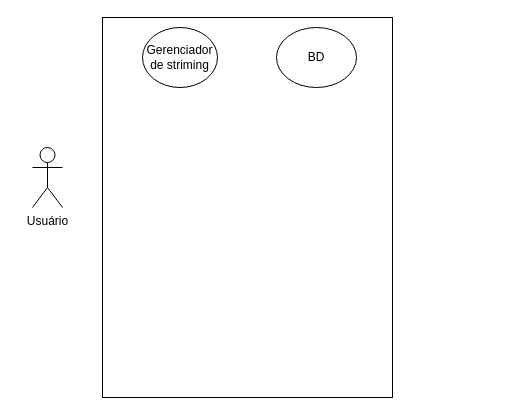
This is Diagrama sem nome.drawio from devleocruz/Engenharia-de-Software, a draw.io file, before an edit. Source tidied: cells renumbered, new cells numbered last; positions are measured from the earlier drawing's top-left corner, leaving out a move shared by most shapes. Both pictures are drawn from the tidied source at 100%, with x=0, y=0 at pixel (32, 17).
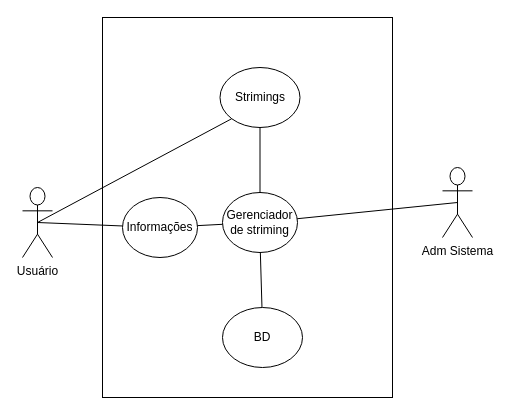
The same diagram, later.

Change to the diagram source:
```diff
@@
 <mxGraphModel>
   <root>
     <mxCell id="0" />
     <mxCell id="1" parent="0" />
     <mxCell id="2" style="whiteSpace=wrap;html=1;" parent="1" vertex="1">
       <mxGeometry x="70" width="290" height="380" as="geometry" />
     </mxCell>
     <mxCell id="3" value="Usuário" style="shape=umlActor;verticalLabelPosition=bottom;verticalAlign=top;html=1;outlineConnect=0;" parent="1" vertex="1">
-      <mxGeometry y="130" width="30" height="60" as="geometry" />
+      <mxGeometry x="-10" y="170" width="30" height="70" as="geometry" />
     </mxCell>
     <mxCell id="4" value="Gerenciador de striming" style="ellipse;whiteSpace=wrap;html=1;" parent="1" vertex="1">
-      <mxGeometry x="110" y="10" width="75" height="60" as="geometry" />
+      <mxGeometry x="190" y="175" width="75" height="60" as="geometry" />
     </mxCell>
     <mxCell id="5" value="BD" style="ellipse;whiteSpace=wrap;html=1;" parent="1" vertex="1">
-      <mxGeometry x="244" y="10" width="80" height="60" as="geometry" />
+      <mxGeometry x="190" y="290" width="80" height="60" as="geometry" />
     </mxCell>
+    <mxCell id="6" value="Strimings" style="ellipse;whiteSpace=wrap;html=1;" parent="1" vertex="1">
+      <mxGeometry x="187.5" y="50" width="80" height="60" as="geometry" />
+    </mxCell>
+    <mxCell id="7" value="Informações" style="ellipse;whiteSpace=wrap;html=1;" parent="1" vertex="1">
+      <mxGeometry x="90" y="180" width="75" height="60" as="geometry" />
+    </mxCell>
+    <mxCell id="8" style="endArrow=none;html=1;rounded=0;exitX=0.5;exitY=0.5;exitDx=0;exitDy=0;exitPerimeter=0;" parent="1" edge="1" source="3" target="7">
+      <mxGeometry relative="1" as="geometry" />
+    </mxCell>
+    <mxCell id="9" style="endArrow=none;html=1;rounded=0;" parent="1" edge="1" source="4" target="7">
+      <mxGeometry relative="1" as="geometry" />
+    </mxCell>
+    <mxCell id="10" style="endArrow=none;html=1;rounded=0;" parent="1" edge="1" source="4" target="5">
+      <mxGeometry relative="1" as="geometry" />
+    </mxCell>
+    <mxCell id="11" style="endArrow=none;html=1;rounded=0;exitX=0.5;exitY=0;exitDx=0;exitDy=0;" parent="1" edge="1" source="4" target="6">
+      <mxGeometry relative="1" as="geometry" />
+    </mxCell>
+    <mxCell id="12" style="endArrow=none;html=1;rounded=0;exitX=0.5;exitY=0.5;exitDx=0;exitDy=0;exitPerimeter=0;entryX=0;entryY=1;entryDx=0;entryDy=0;" parent="1" edge="1" source="3" target="6">
+      <mxGeometry relative="1" as="geometry" />
+    </mxCell>
+    <mxCell id="13" value="Adm Sistema" style="shape=umlActor;verticalLabelPosition=bottom;verticalAlign=top;html=1;outlineConnect=0;" parent="1" vertex="1">
+      <mxGeometry x="410" y="150" width="30" height="70" as="geometry" />
+    </mxCell>
+    <mxCell id="14" style="endArrow=none;html=1;rounded=0;entryX=0.5;entryY=0.5;entryDx=0;entryDy=0;entryPerimeter=0;" parent="1" edge="1" source="4" target="13">
+      <mxGeometry relative="1" as="geometry" />
+    </mxCell>
   </root>
 </mxGraphModel>
```
